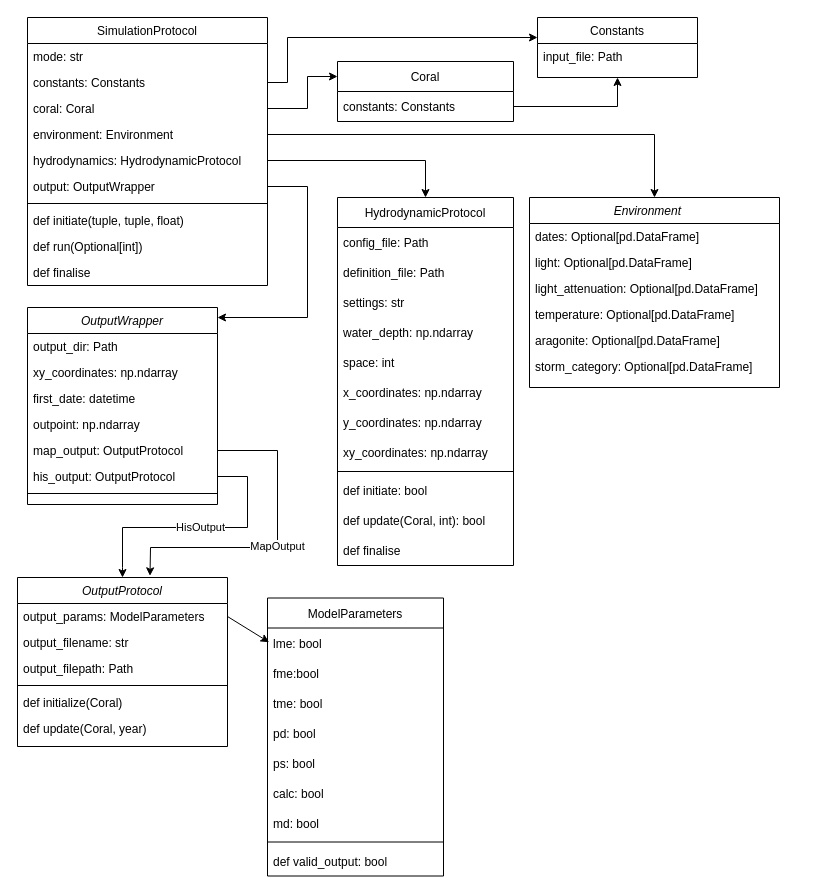
Deltares-research/NBSDynamics keeps this draw.io diagram as page "General Class Diagram" (1 of 5) of docs/diagrams/general_class_diagram.drawio. Above is the earlier version. Source tidied: cells renumbered, new cells numbered last; positions are measured from the earlier drawing's top-left corner, leaving out a move shared by most shapes. Both pictures are drawn from the tidied source at 100%, with x=0, y=0 at pixel (17, 17).
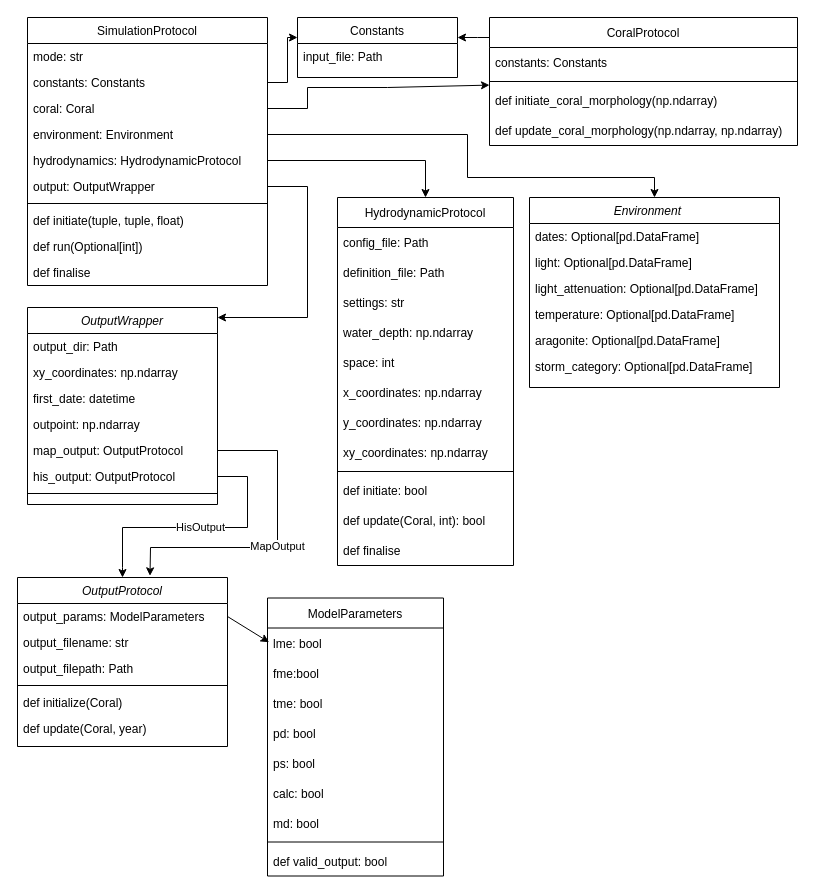
The same diagram, later.

Commit message (it also covers changes not shown here):
docs(docs/reference/coral/coral.md): Updated diagrams and documentation for coral

Unchanged cells that the change refers to:
```xml
<mxCell id="2" value="Environment    " style="swimlane;fontStyle=2;align=center;verticalAlign=top;horizontal=1;startSize=26;rounded=0;shadow=0;strokeWidth=1;" parent="1" vertex="1">
  <mxGeometry x="512" y="180" width="250" height="190" as="geometry" />
</mxCell>
<mxCell id="14" value="coral: Coral" style="text;align=left;verticalAlign=top;spacingLeft=4;spacingRight=4;overflow=hidden;points=[[0,0.5],[1,0.5]];portConstraint=eastwest;rounded=0;shadow=0;html=0;" parent="11" vertex="1">
  <mxGeometry y="78" width="240" height="26" as="geometry" />
</mxCell>
<mxCell id="15" value="environment: Environment" style="text;align=left;verticalAlign=top;spacingLeft=4;spacingRight=4;overflow=hidden;points=[[0,0.5],[1,0.5]];portConstraint=eastwest;" parent="11" vertex="1">
  <mxGeometry y="104" width="240" height="26" as="geometry" />
</mxCell>
```

Diff of the diagram source:
```diff
@@
     <mxCell id="9" value="Constants" style="swimlane;fontStyle=0;align=center;verticalAlign=top;horizontal=1;startSize=26;rounded=0;shadow=0;strokeWidth=1;" parent="1" vertex="1">
-      <mxGeometry x="520" width="160" height="60" as="geometry" />
+      <mxGeometry x="280" width="160" height="60" as="geometry" />
     </mxCell>
@@
+    <mxCell id="71" style="edgeStyle=orthogonalEdgeStyle;rounded=0;jettySize=auto;html=1;" parent="1" edge="1" source="63" target="9">
+      <mxGeometry relative="1" as="geometry">
+        <Array as="points">
+          <mxPoint x="460" y="20" />
+          <mxPoint x="460" y="20" />
+        </Array>
+      </mxGeometry>
+    </mxCell>
-    <mxCell id="63" value="Coral" style="swimlane;fontStyle=0;horizontal=1;startSize=30;" parent="1" vertex="1">
-      <mxGeometry x="320" y="44" width="176" height="60" as="geometry" />
+    <mxCell id="63" value="CoralProtocol" style="swimlane;fontStyle=0;horizontal=1;startSize=30;" parent="1" vertex="1">
+      <mxGeometry x="472" width="308" height="128" as="geometry" />
     </mxCell>
     <mxCell id="64" value="constants: Constants" style="text;strokeColor=none;fillColor=none;align=left;verticalAlign=middle;spacingLeft=4;spacingRight=4;overflow=hidden;points=[[0,0.5],[1,0.5]];portConstraint=eastwest;" parent="63" vertex="1">
-      <mxGeometry y="30" width="176" height="30" as="geometry" />
+      <mxGeometry y="30" width="308" height="30" as="geometry" />
     </mxCell>
+    <mxCell id="72" style="line;html=1;strokeWidth=1;align=left;verticalAlign=middle;spacingTop=-1;spacingLeft=3;spacingRight=3;labelPosition=right;" parent="63" vertex="1">
+      <mxGeometry y="60" width="308" height="8" as="geometry" />
+    </mxCell>
+    <mxCell id="73" value="def initiate_coral_morphology(np.ndarray)" style="text;strokeColor=none;fillColor=none;align=left;verticalAlign=middle;spacingLeft=4;spacingRight=4;overflow=hidden;" parent="63" vertex="1">
+      <mxGeometry y="68" width="308" height="30" as="geometry" />
+    </mxCell>
+    <mxCell id="74" value="def update_coral_morphology(np.ndarray, np.ndarray)" style="text;strokeColor=none;fillColor=none;align=left;verticalAlign=middle;spacingLeft=4;spacingRight=4;overflow=hidden;" parent="63" vertex="1">
+      <mxGeometry y="98" width="308" height="30" as="geometry" />
+    </mxCell>
@@
-    <mxCell id="66" style="endArrow=classic;html=1;rounded=0;entryX=0;entryY=0.25;entryDx=0;entryDy=0;exitX=1;exitY=0.5;exitDx=0;exitDy=0;" parent="1" edge="1" source="14" target="63">
+    <mxCell id="66" style="endArrow=classic;html=1;rounded=0;exitX=1;exitY=0.5;exitDx=0;exitDy=0;" parent="1" edge="1" source="14" target="63">
       <mxGeometry relative="1" as="geometry">
         <Array as="points">
           <mxPoint x="290" y="91" />
-          <mxPoint x="290" y="59" />
+          <mxPoint x="290" y="70" />
+          <mxPoint x="370" y="70" />
         </Array>
       </mxGeometry>
     </mxCell>
-    <mxCell id="67" style="endArrow=classic;html=1;rounded=0;entryX=0.5;entryY=1;entryDx=0;entryDy=0;" parent="1" edge="1" source="64" target="9">
-      <mxGeometry relative="1" as="geometry">
-        <Array as="points">
-          <mxPoint x="600" y="89" />
-        </Array>
-      </mxGeometry>
-    </mxCell>
     <mxCell id="68" style="edgeStyle=orthogonalEdgeStyle;rounded=0;jettySize=auto;html=1;exitX=1;exitY=0.5;exitDx=0;exitDy=0;entryX=0.5;entryY=0;entryDx=0;entryDy=0;" parent="1" edge="1" source="15" target="2">
       <mxGeometry relative="1" as="geometry">
         <Array as="points">
-          <mxPoint x="637" y="117" />
+          <mxPoint x="450" y="117" />
+          <mxPoint x="450" y="160" />
+          <mxPoint x="637" y="160" />
         </Array>
       </mxGeometry>
     </mxCell>
```
